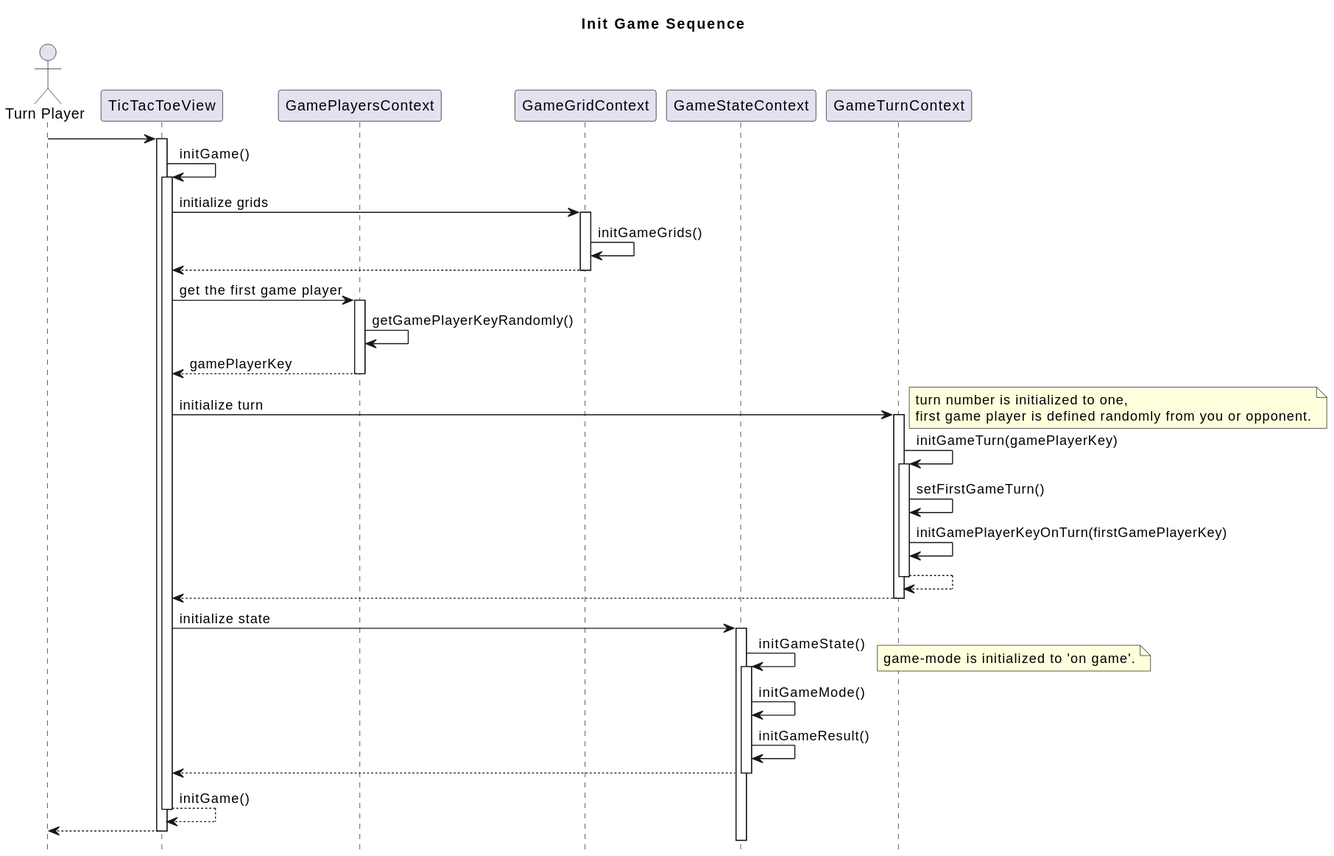
Earlier version of the PlantUML export tic-tac-toe/md/init-game-sequence.svg (hi2k1978/react-samples).
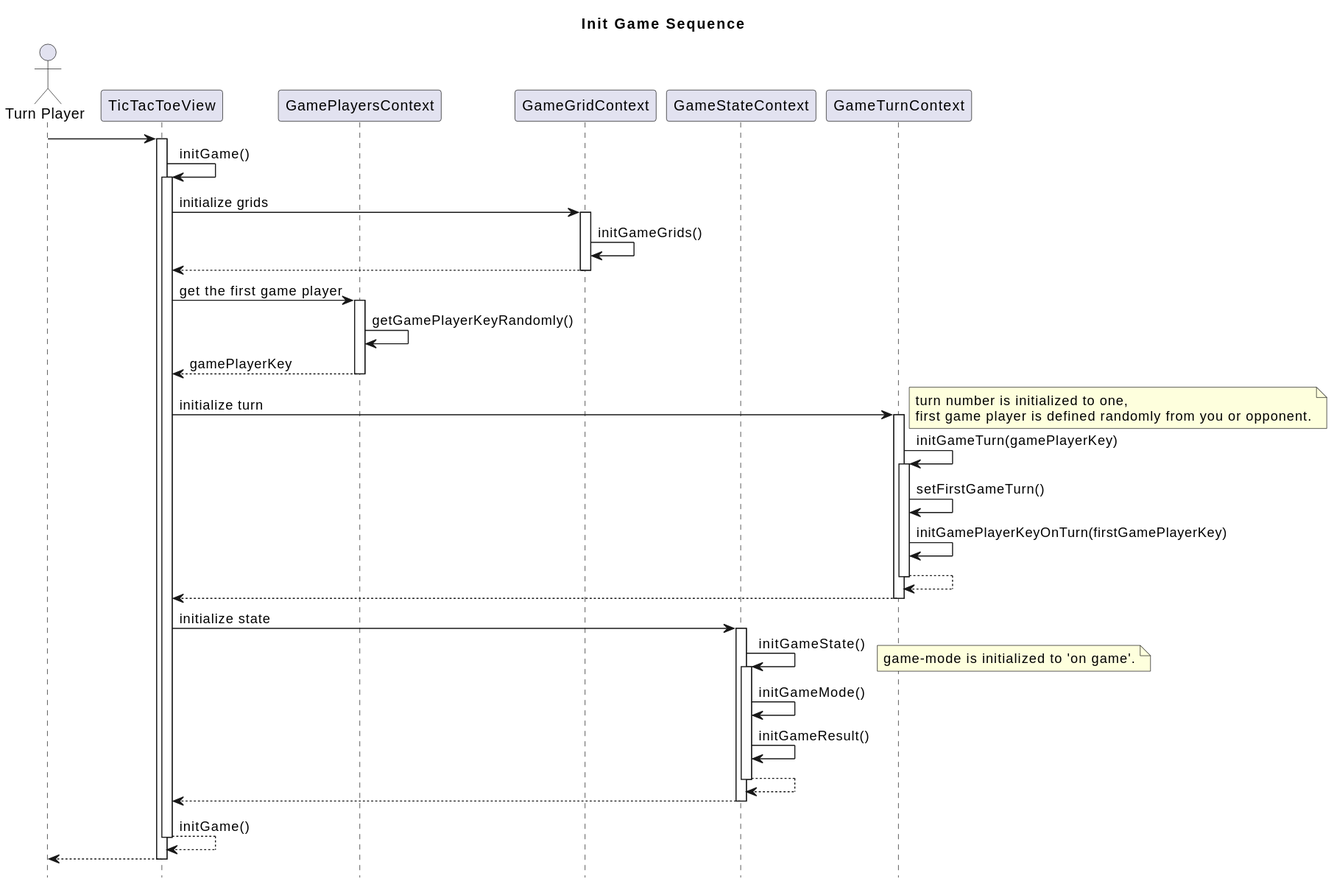
After the commit.

The edit, as a diff of the source:
```diff
@@ -39,6 +39,7 @@
 end note
 GameState -> GameState : initGameMode()
 GameState -> GameState : initGameResult()
+GameState --> GameState -- :
 GameState --> TicTacToeView -- :
 
 TicTacToeView --> TicTacToeView -- : initGame()
```
